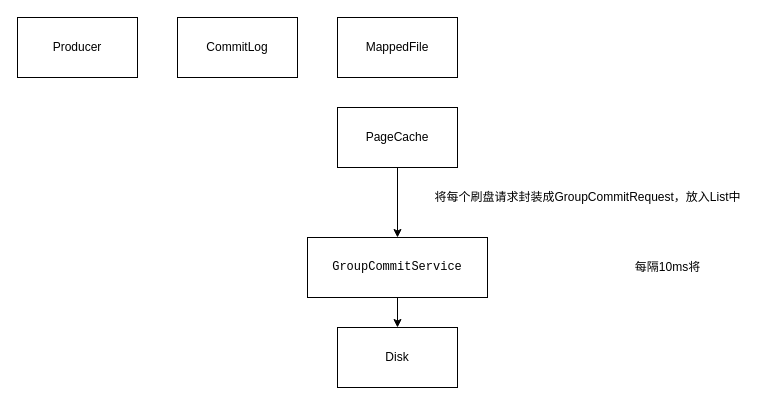
The draw.io diagram rocketmq/同步刷盘.drawio in erlieStar/diagrams, before the edit. Source tidied: cells renumbered, new cells numbered last; positions are measured from the earlier drawing's top-left corner, leaving out a move shared by most shapes. Both pictures are drawn from the tidied source at 100%, with x=0, y=0 at pixel (17, 17).
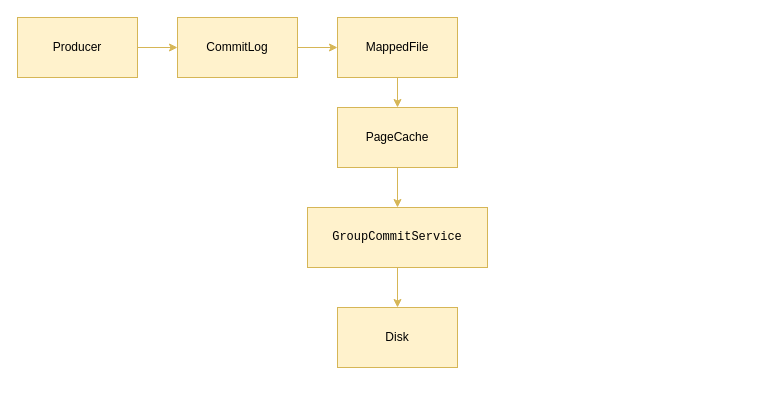
After the change.

The edit, as a diff of the source:
```diff
@@
 <mxGraphModel>
   <root>
     <mxCell id="0" />
     <mxCell id="1" parent="0" />
+    <mxCell id="12" style="edgeStyle=orthogonalEdgeStyle;rounded=0;jettySize=auto;html=1;fillColor=#fff2cc;strokeColor=#d6b656;" parent="1" edge="1" source="2" target="3">
+      <mxGeometry relative="1" as="geometry" />
+    </mxCell>
-    <mxCell id="2" value="Producer" style="rounded=0;whiteSpace=wrap;html=1;" parent="1" vertex="1">
+    <mxCell id="2" value="Producer" style="rounded=0;whiteSpace=wrap;html=1;fillColor=#fff2cc;strokeColor=#d6b656;" parent="1" vertex="1">
       <mxGeometry width="120" height="60" as="geometry" />
     </mxCell>
+    <mxCell id="13" style="edgeStyle=orthogonalEdgeStyle;rounded=0;jettySize=auto;html=1;fillColor=#fff2cc;strokeColor=#d6b656;" parent="1" edge="1" source="3" target="4">
+      <mxGeometry relative="1" as="geometry" />
+    </mxCell>
-    <mxCell id="3" value="CommitLog" style="rounded=0;whiteSpace=wrap;html=1;" parent="1" vertex="1">
+    <mxCell id="3" value="CommitLog" style="rounded=0;whiteSpace=wrap;html=1;fillColor=#fff2cc;strokeColor=#d6b656;" parent="1" vertex="1">
       <mxGeometry x="160" width="120" height="60" as="geometry" />
     </mxCell>
+    <mxCell id="14" style="edgeStyle=orthogonalEdgeStyle;rounded=0;jettySize=auto;html=1;fillColor=#fff2cc;strokeColor=#d6b656;" parent="1" edge="1" source="4" target="6">
+      <mxGeometry relative="1" as="geometry" />
+    </mxCell>
-    <mxCell id="4" value="MappedFile" style="rounded=0;whiteSpace=wrap;html=1;" parent="1" vertex="1">
+    <mxCell id="4" value="MappedFile" style="rounded=0;whiteSpace=wrap;html=1;fillColor=#fff2cc;strokeColor=#d6b656;" parent="1" vertex="1">
       <mxGeometry x="320" width="120" height="60" as="geometry" />
     </mxCell>
-    <mxCell id="5" style="edgeStyle=orthogonalEdgeStyle;rounded=0;jettySize=auto;html=1;" parent="1" edge="1" source="6" target="8">
+    <mxCell id="5" style="edgeStyle=orthogonalEdgeStyle;rounded=0;jettySize=auto;html=1;fillColor=#fff2cc;strokeColor=#d6b656;" parent="1" edge="1" source="6" target="8">
       <mxGeometry relative="1" as="geometry" />
     </mxCell>
-    <mxCell id="6" value="PageCache" style="rounded=0;whiteSpace=wrap;html=1;" parent="1" vertex="1">
+    <mxCell id="6" value="PageCache" style="rounded=0;whiteSpace=wrap;html=1;fillColor=#fff2cc;strokeColor=#d6b656;" parent="1" vertex="1">
       <mxGeometry x="320" y="90" width="120" height="60" as="geometry" />
     </mxCell>
-    <mxCell id="7" style="edgeStyle=orthogonalEdgeStyle;rounded=0;jettySize=auto;html=1;" parent="1" edge="1" source="8" target="9">
+    <mxCell id="7" style="edgeStyle=orthogonalEdgeStyle;rounded=0;jettySize=auto;html=1;fillColor=#fff2cc;strokeColor=#d6b656;" parent="1" edge="1" source="8" target="9">
       <mxGeometry relative="1" as="geometry" />
     </mxCell>
-    <mxCell id="8" value="&lt;pre&gt;GroupCommitService&lt;/pre&gt;" style="rounded=0;whiteSpace=wrap;html=1;" parent="1" vertex="1">
-      <mxGeometry x="290" y="220" width="180" height="60" as="geometry" />
+    <mxCell id="8" value="&lt;pre&gt;GroupCommitService&lt;/pre&gt;" style="rounded=0;whiteSpace=wrap;html=1;fillColor=#fff2cc;strokeColor=#d6b656;" parent="1" vertex="1">
+      <mxGeometry x="290" y="190" width="180" height="60" as="geometry" />
     </mxCell>
-    <mxCell id="9" value="Disk" style="rounded=0;whiteSpace=wrap;html=1;" parent="1" vertex="1">
-      <mxGeometry x="320" y="310" width="120" height="60" as="geometry" />
+    <mxCell id="9" value="Disk" style="rounded=0;whiteSpace=wrap;html=1;fillColor=#fff2cc;strokeColor=#d6b656;" parent="1" vertex="1">
+      <mxGeometry x="320" y="290" width="120" height="60" as="geometry" />
     </mxCell>
-    <mxCell id="10" value="将每个刷盘请求封装成GroupCommitRequest，放入List中" style="text;html=1;align=center;verticalAlign=middle;strokeColor=none;fillColor=none;" parent="1" vertex="1">
-      <mxGeometry x="410" y="170" width="320" height="20" as="geometry" />
-    </mxCell>
-    <mxCell id="11" value="每隔10ms将" style="text;html=1;align=center;verticalAlign=middle;strokeColor=none;fillColor=none;" parent="1" vertex="1">
-      <mxGeometry x="610" y="240" width="80" height="20" as="geometry" />
-    </mxCell>
   </root>
 </mxGraphModel>
```
